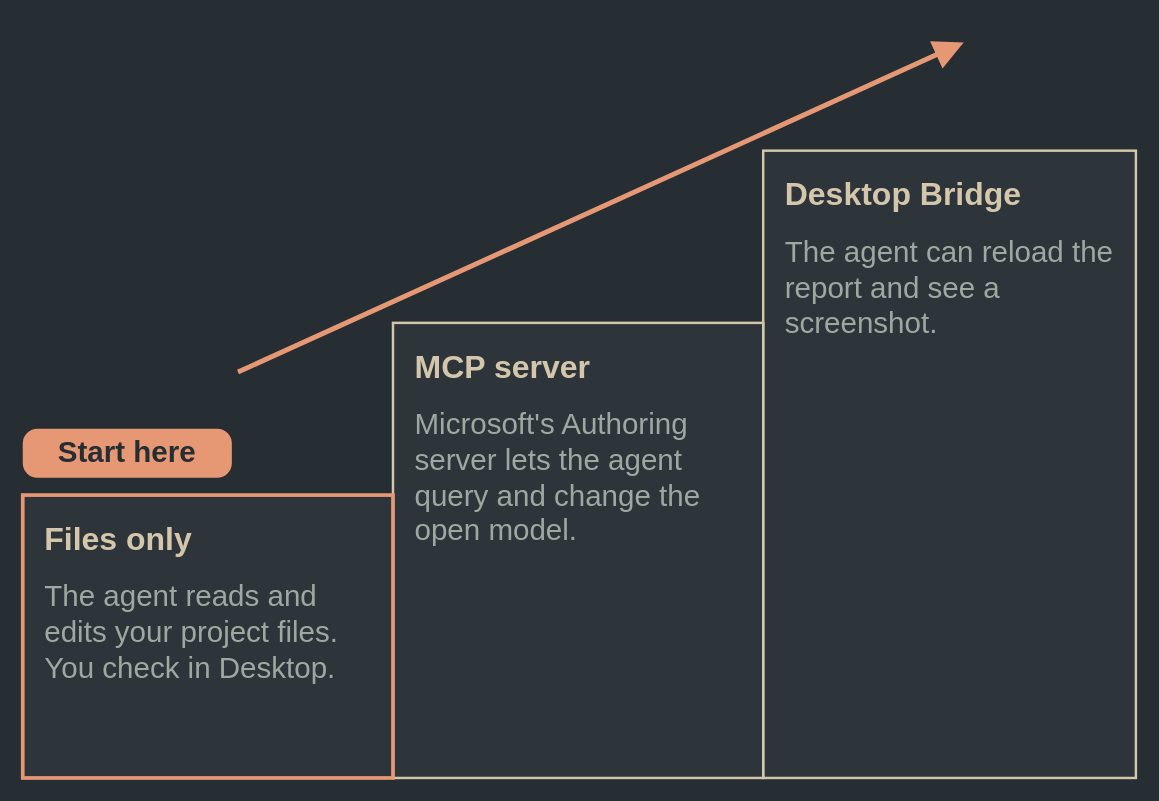
Earlier version of the draw.io diagram page "Wide" (1 of 2) of diagrams/mcp-steps.drawio (AlanBurningsuit/burningsuit-website). Source tidied: cells renumbered, new cells numbered last; positions are measured from the earlier drawing's top-left corner, leaving out a move shared by most shapes. Both pictures are drawn from the tidied source at 123%, with x=0, y=0 at pixel (22, 42).
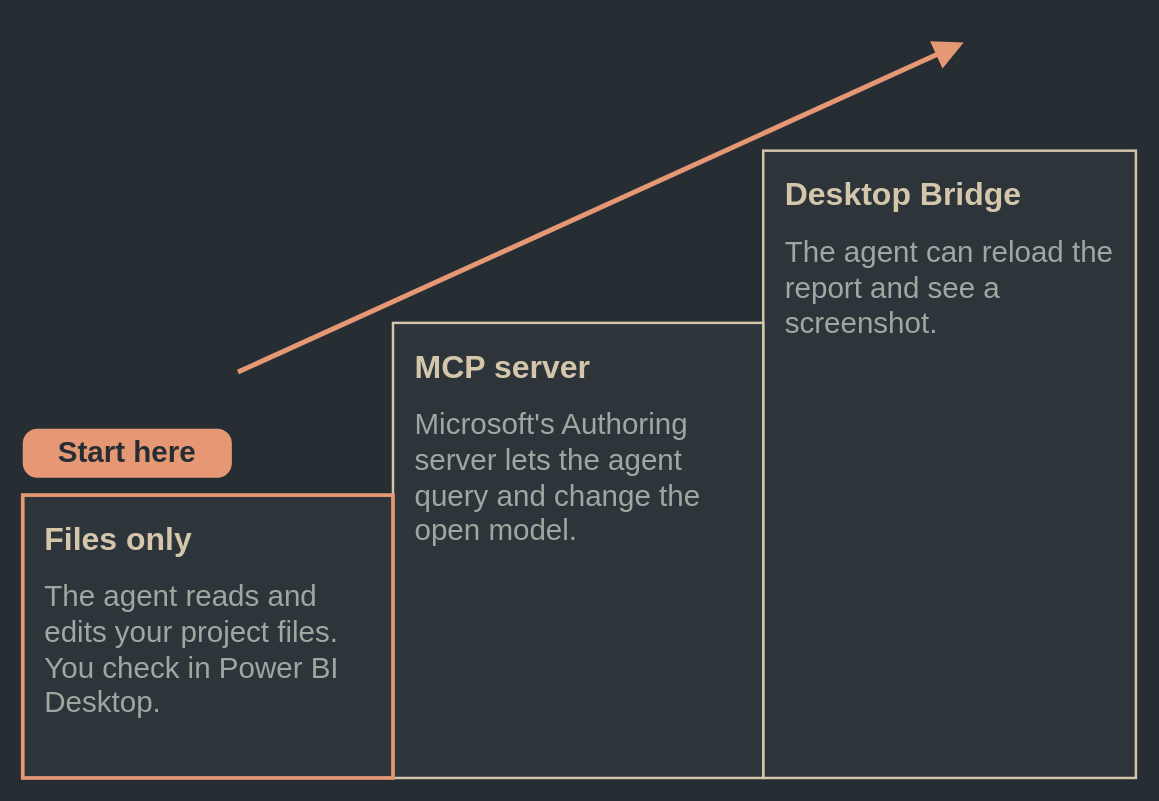
The same page after the edit.

Commit message (it also covers changes not shown here):
MCP article figure: titled Three steps (no repeat of the caption), Power BI Desktop in full

What changed in the source:
```diff
@@
 <mxGraphModel background="#272e33">
   <root>
     <mxCell id="0" />
     <mxCell id="1" parent="0" />
     <mxCell id="2" style="html=0;endArrow=block;endFill=1;endSize=14;strokeColor=#e69875;strokeWidth=4;" parent="1" edge="1">
       <mxGeometry relative="1" as="geometry">
         <mxPoint x="175" y="268" as="sourcePoint" />
         <mxPoint x="765" as="targetPoint" />
       </mxGeometry>
     </mxCell>
     <mxCell id="3" style="rounded=0;arcSize=7;html=0;fillColor=#2d353b;strokeColor=#d3c6aa;strokeWidth=2;" parent="1" vertex="1">
       <mxGeometry x="602" y="88" width="303" height="510" as="geometry" />
     </mxCell>
     <mxCell id="4" value="Desktop Bridge" style="text;html=0;whiteSpace=wrap;overflow=visible;align=left;verticalAlign=middle;fontFamily=Albert Sans;fontSize=26;fontColor=#d3c6aa;fontStyle=1;fillColor=none;strokeColor=none;spacing=0;rounded=1;arcSize=30;" parent="1" vertex="1">
       <mxGeometry x="620" y="102" width="267" height="44" as="geometry" />
     </mxCell>
     <mxCell id="5" value="The agent can reload the report and see a screenshot." style="text;html=0;whiteSpace=wrap;overflow=visible;align=left;verticalAlign=top;fontFamily=Albert Sans;fontSize=24;fontColor=#9da9a0;fontStyle=0;fillColor=none;strokeColor=none;spacing=0;rounded=1;arcSize=30;" parent="1" vertex="1">
       <mxGeometry x="620" y="152" width="267" height="120" as="geometry" />
     </mxCell>
     <mxCell id="6" style="rounded=0;arcSize=7;html=0;fillColor=#2d353b;strokeColor=#d3c6aa;strokeWidth=2;" parent="1" vertex="1">
       <mxGeometry x="301" y="228" width="301" height="370" as="geometry" />
     </mxCell>
     <mxCell id="7" value="MCP server" style="text;html=0;whiteSpace=wrap;overflow=visible;align=left;verticalAlign=middle;fontFamily=Albert Sans;fontSize=26;fontColor=#d3c6aa;fontStyle=1;fillColor=none;strokeColor=none;spacing=0;rounded=1;arcSize=30;" parent="1" vertex="1">
       <mxGeometry x="319" y="242" width="265" height="44" as="geometry" />
     </mxCell>
     <mxCell id="8" value="Microsoft's Authoring server lets the agent query and change the open model." style="text;html=0;whiteSpace=wrap;overflow=visible;align=left;verticalAlign=top;fontFamily=Albert Sans;fontSize=24;fontColor=#9da9a0;fontStyle=0;fillColor=none;strokeColor=none;spacing=0;rounded=1;arcSize=30;" parent="1" vertex="1">
       <mxGeometry x="319" y="292" width="265" height="120" as="geometry" />
     </mxCell>
     <mxCell id="9" style="rounded=0;arcSize=7;html=0;fillColor=#2d353b;strokeColor=#e69875;strokeWidth=3;" parent="1" vertex="1">
       <mxGeometry y="368" width="301" height="230" as="geometry" />
     </mxCell>
     <mxCell id="10" value="Files only" style="text;html=0;whiteSpace=wrap;overflow=visible;align=left;verticalAlign=middle;fontFamily=Albert Sans;fontSize=26;fontColor=#d3c6aa;fontStyle=1;fillColor=none;strokeColor=none;spacing=0;rounded=1;arcSize=30;" parent="1" vertex="1">
       <mxGeometry x="18" y="382" width="265" height="44" as="geometry" />
     </mxCell>
-    <mxCell id="11" value="The agent reads and edits your project files. You check in Desktop." style="text;html=0;whiteSpace=wrap;overflow=visible;align=left;verticalAlign=top;fontFamily=Albert Sans;fontSize=24;fontColor=#9da9a0;fontStyle=0;fillColor=none;strokeColor=none;spacing=0;rounded=1;arcSize=30;" parent="1" vertex="1">
+    <mxCell id="11" value="The agent reads and edits your project files. You check in Power BI Desktop." style="text;html=0;whiteSpace=wrap;overflow=visible;align=left;verticalAlign=top;fontFamily=Albert Sans;fontSize=24;fontColor=#9da9a0;fontStyle=0;fillColor=none;strokeColor=none;spacing=0;rounded=1;arcSize=30;" parent="1" vertex="1">
       <mxGeometry x="18" y="432" width="265" height="120" as="geometry" />
     </mxCell>
     <mxCell id="12" value="Start here" style="text;html=0;whiteSpace=wrap;overflow=visible;align=center;verticalAlign=middle;fontFamily=Albert Sans;fontSize=24;fontColor=#272e33;fontStyle=1;fillColor=#e69875;strokeColor=none;spacing=0;rounded=1;arcSize=30;" parent="1" vertex="1">
       <mxGeometry y="314" width="170" height="40" as="geometry" />
     </mxCell>
   </root>
 </mxGraphModel>
```
